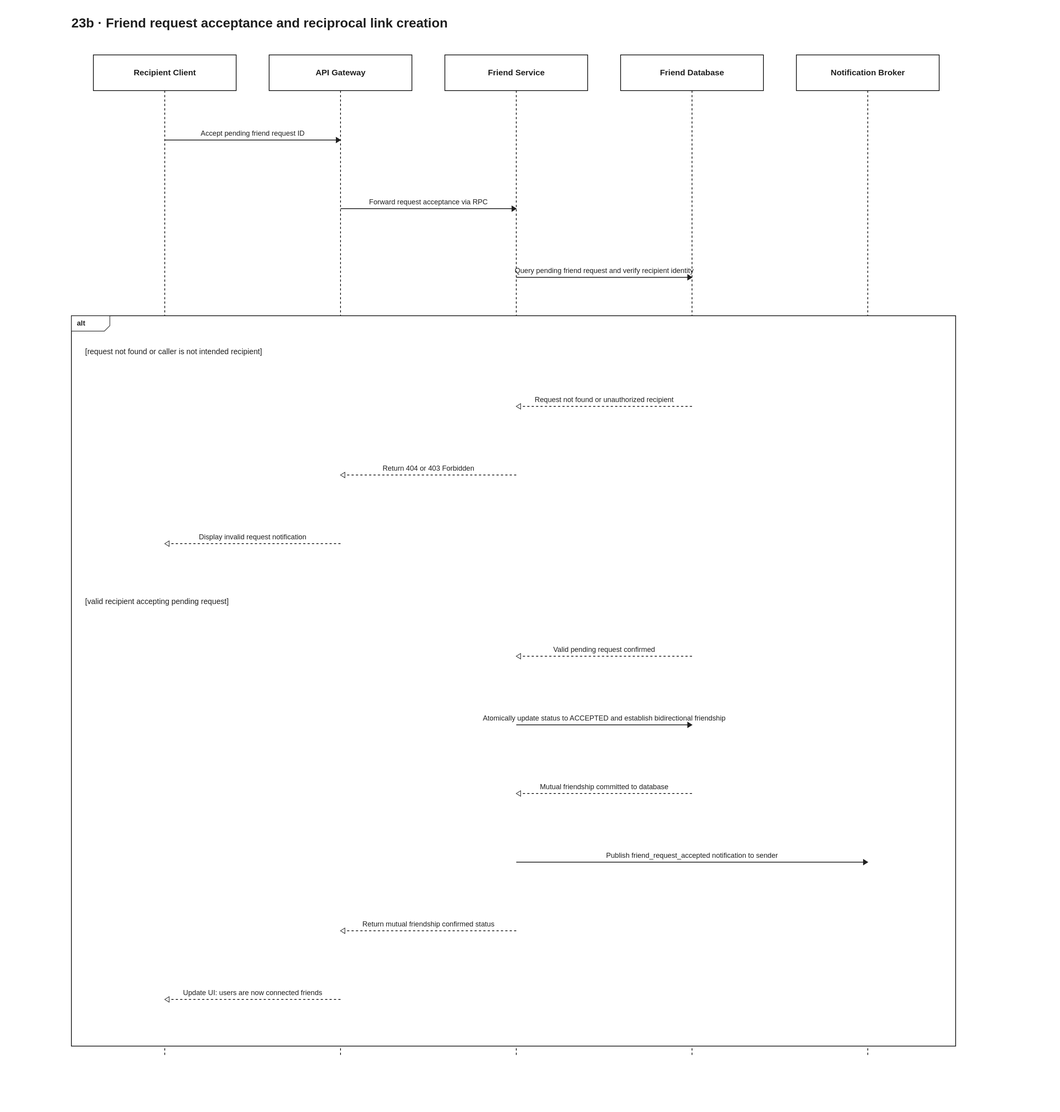
Earlier version of the draw.io export docs/diagrams/velora-current/importable-svg/23b-friend-accept-request.drawio.svg (HieuCuteDangYeu/velora-backend). Source tidied: cells renumbered, new cells last; positions are measured from the earlier drawing's top-left corner, leaving out a move shared by most shapes.
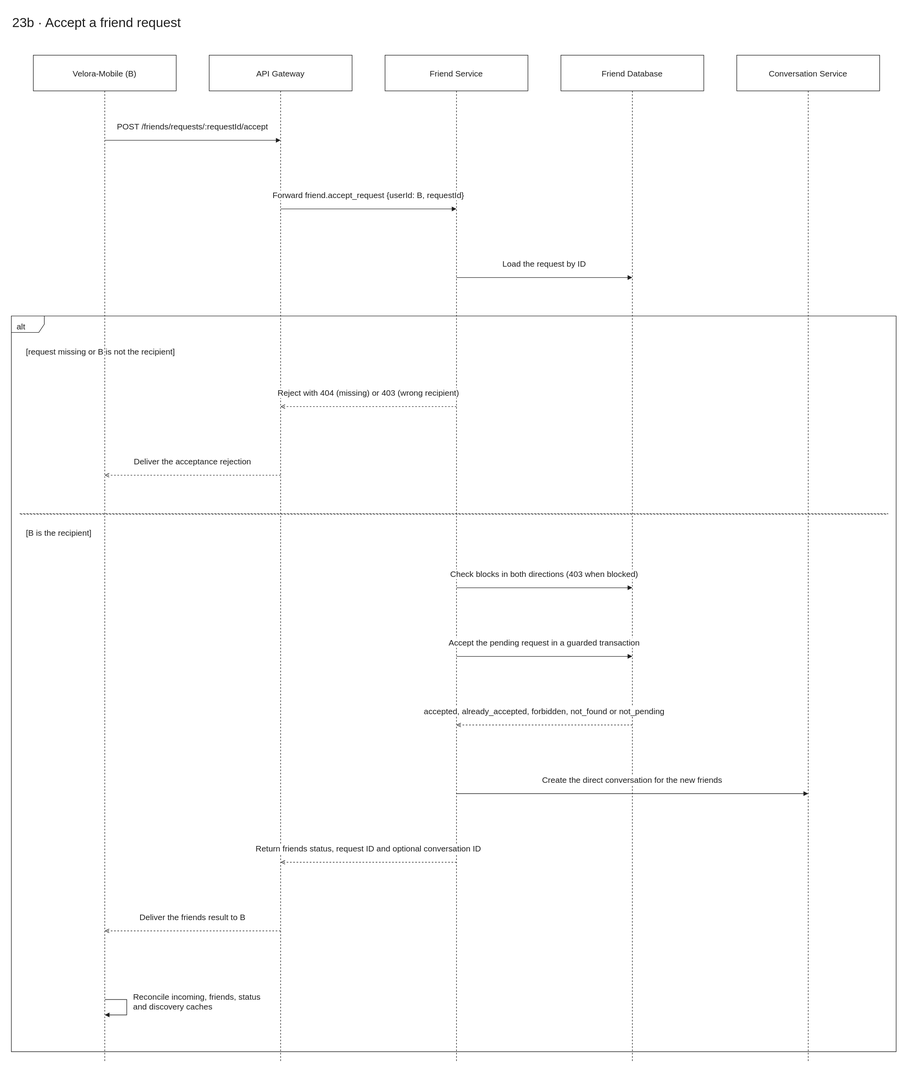
The same file after the commit.

What changed in the source:
```diff
@@ -5,37 +5,37 @@
     <mxCell id="2" style="html=1;fontFamily=Arial;fontSize=15;fontColor=light-dark(#202020,#eeeeee);strokeColor=light-dark(#202020,#eeeeee);dashed=1;endArrow=none;" parent="1" edge="1">
       <mxGeometry relative="1" as="geometry">
         <mxPoint x="1450" y="145" as="sourcePoint" />
-        <mxPoint x="1450" y="1905" as="targetPoint" />
+        <mxPoint x="1450" y="1915" as="targetPoint" />
       </mxGeometry>
     </mxCell>
     <mxCell id="3" style="html=1;fontFamily=Arial;fontSize=15;fontColor=light-dark(#202020,#eeeeee);strokeColor=light-dark(#202020,#eeeeee);dashed=1;endArrow=none;" parent="1" edge="1">
       <mxGeometry relative="1" as="geometry">
         <mxPoint x="1130" y="145" as="sourcePoint" />
-        <mxPoint x="1130" y="1905" as="targetPoint" />
+        <mxPoint x="1130" y="1915" as="targetPoint" />
       </mxGeometry>
     </mxCell>
     <mxCell id="4" style="html=1;fontFamily=Arial;fontSize=15;fontColor=light-dark(#202020,#eeeeee);strokeColor=light-dark(#202020,#eeeeee);dashed=1;endArrow=none;" parent="1" edge="1">
       <mxGeometry relative="1" as="geometry">
         <mxPoint x="810" y="145" as="sourcePoint" />
-        <mxPoint x="810" y="1905" as="targetPoint" />
+        <mxPoint x="810" y="1915" as="targetPoint" />
       </mxGeometry>
     </mxCell>
     <mxCell id="5" style="html=1;fontFamily=Arial;fontSize=15;fontColor=light-dark(#202020,#eeeeee);strokeColor=light-dark(#202020,#eeeeee);dashed=1;endArrow=none;" parent="1" edge="1">
       <mxGeometry relative="1" as="geometry">
         <mxPoint x="490" y="145" as="sourcePoint" />
-        <mxPoint x="490" y="1905" as="targetPoint" />
+        <mxPoint x="490" y="1915" as="targetPoint" />
       </mxGeometry>
     </mxCell>
     <mxCell id="6" style="html=1;fontFamily=Arial;fontSize=15;fontColor=light-dark(#202020,#eeeeee);strokeColor=light-dark(#202020,#eeeeee);dashed=1;endArrow=none;" parent="1" edge="1">
       <mxGeometry relative="1" as="geometry">
         <mxPoint x="170" y="145" as="sourcePoint" />
-        <mxPoint x="170" y="1905" as="targetPoint" />
+        <mxPoint x="170" y="1915" as="targetPoint" />
       </mxGeometry>
     </mxCell>
-    <mxCell id="7" value="23b · Friend request acceptance and reciprocal link creation" style="html=1;fontFamily=Arial;fontSize=15;fontColor=light-dark(#202020,#eeeeee);strokeColor=light-dark(#202020,#eeeeee);text;fontSize=24;align=left;strokeColor=none;fillColor=none;" parent="1" vertex="1">
+    <mxCell id="7" value="23b · Accept a friend request" style="html=1;fontFamily=Arial;fontSize=15;fontColor=light-dark(#202020,#eeeeee);strokeColor=light-dark(#202020,#eeeeee);text;fontSize=24;align=left;strokeColor=none;fillColor=none;" parent="1" vertex="1">
       <mxGeometry width="1610" height="50" as="geometry" />
     </mxCell>
-    <mxCell id="8" value="Recipient Client" style="html=1;fontFamily=Arial;fontSize=15;fontColor=light-dark(#202020,#eeeeee);strokeColor=light-dark(#202020,#eeeeee);rounded=0;fillColor=#ffffff;whiteSpace=wrap;align=center;verticalAlign=middle;" parent="1" vertex="1">
+    <mxCell id="8" value="Velora-Mobile (B)" style="html=1;fontFamily=Arial;fontSize=15;fontColor=light-dark(#202020,#eeeeee);strokeColor=light-dark(#202020,#eeeeee);rounded=0;fillColor=#ffffff;whiteSpace=wrap;align=center;verticalAlign=middle;" parent="1" vertex="1">
       <mxGeometry x="40" y="80" width="260" height="65" as="geometry" />
     </mxCell>
     <mxCell id="9" value="API Gateway" style="html=1;fontFamily=Arial;fontSize=15;fontColor=light-dark(#202020,#eeeeee);strokeColor=light-dark(#202020,#eeeeee);rounded=0;fillColor=#ffffff;whiteSpace=wrap;align=center;verticalAlign=middle;" parent="1" vertex="1">
@@ -47,24 +47,24 @@
     <mxCell id="11" value="Friend Database" style="html=1;fontFamily=Arial;fontSize=15;fontColor=light-dark(#202020,#eeeeee);strokeColor=light-dark(#202020,#eeeeee);rounded=0;fillColor=#ffffff;whiteSpace=wrap;align=center;verticalAlign=middle;" parent="1" vertex="1">
       <mxGeometry x="1000" y="80" width="260" height="65" as="geometry" />
     </mxCell>
-    <mxCell id="12" value="Notification Broker" style="html=1;fontFamily=Arial;fontSize=15;fontColor=light-dark(#202020,#eeeeee);strokeColor=light-dark(#202020,#eeeeee);rounded=0;fillColor=#ffffff;whiteSpace=wrap;align=center;verticalAlign=middle;" parent="1" vertex="1">
+    <mxCell id="12" value="Conversation Service" style="html=1;fontFamily=Arial;fontSize=15;fontColor=light-dark(#202020,#eeeeee);strokeColor=light-dark(#202020,#eeeeee);rounded=0;fillColor=#ffffff;whiteSpace=wrap;align=center;verticalAlign=middle;" parent="1" vertex="1">
       <mxGeometry x="1320" y="80" width="260" height="65" as="geometry" />
     </mxCell>
-    <mxCell id="13" value="Accept pending friend request ID" style="html=1;fontFamily=Arial;fontSize=15;fontColor=light-dark(#202020,#eeeeee);strokeColor=light-dark(#202020,#eeeeee);endArrow=block;endFill=1;labelBackgroundColor=#ffffff;labelWidth=550;whiteSpace=wrap;align=center;" parent="1" edge="1">
+    <mxCell id="13" value="POST /friends/requests/:requestId/accept" style="html=1;fontFamily=Arial;fontSize=15;fontColor=light-dark(#202020,#eeeeee);strokeColor=light-dark(#202020,#eeeeee);endArrow=block;endFill=1;labelBackgroundColor=#ffffff;labelWidth=550;whiteSpace=wrap;align=center;" parent="1" edge="1">
       <mxGeometry relative="1" as="geometry">
         <mxPoint x="170" y="235" as="sourcePoint" />
         <mxPoint x="490" y="235" as="targetPoint" />
         <mxPoint y="-25" as="offset" />
       </mxGeometry>
     </mxCell>
-    <mxCell id="14" value="Forward request acceptance via RPC" style="html=1;fontFamily=Arial;fontSize=15;fontColor=light-dark(#202020,#eeeeee);strokeColor=light-dark(#202020,#eeeeee);endArrow=block;endFill=1;labelBackgroundColor=#ffffff;labelWidth=550;whiteSpace=wrap;align=center;" parent="1" edge="1">
+    <mxCell id="14" value="Forward friend.accept_request {userId: B, requestId}" style="html=1;fontFamily=Arial;fontSize=15;fontColor=light-dark(#202020,#eeeeee);strokeColor=light-dark(#202020,#eeeeee);endArrow=block;endFill=1;labelBackgroundColor=#ffffff;labelWidth=550;whiteSpace=wrap;align=center;" parent="1" edge="1">
       <mxGeometry relative="1" as="geometry">
         <mxPoint x="490" y="360" as="sourcePoint" />
         <mxPoint x="810" y="360" as="targetPoint" />
         <mxPoint y="-25" as="offset" />
       </mxGeometry>
     </mxCell>
-    <mxCell id="15" value="Query pending friend request and verify recipient identity" style="html=1;fontFamily=Arial;fontSize=15;fontColor=light-dark(#202020,#eeeeee);strokeColor=light-dark(#202020,#eeeeee);endArrow=block;endFill=1;labelBackgroundColor=#ffffff;labelWidth=550;whiteSpace=wrap;align=center;" parent="1" edge="1">
+    <mxCell id="15" value="Load the request by ID" style="html=1;fontFamily=Arial;fontSize=15;fontColor=light-dark(#202020,#eeeeee);strokeColor=light-dark(#202020,#eeeeee);endArrow=block;endFill=1;labelBackgroundColor=#ffffff;labelWidth=550;whiteSpace=wrap;align=center;" parent="1" edge="1">
       <mxGeometry relative="1" as="geometry">
         <mxPoint x="810" y="485" as="sourcePoint" />
         <mxPoint x="1130" y="485" as="targetPoint" />
@@ -72,78 +72,82 @@
       </mxGeometry>
     </mxCell>
     <mxCell id="16" value="alt" style="html=1;fontFamily=Arial;fontSize=15;fontColor=light-dark(#202020,#eeeeee);strokeColor=light-dark(#202020,#eeeeee);shape=umlFrame;fillColor=none;align=left;verticalAlign=top;spacingLeft=8;spacingTop=4;" parent="1" vertex="1">
-      <mxGeometry y="555" width="1610" height="1330" as="geometry" />
+      <mxGeometry y="555" width="1610" height="1340" as="geometry" />
     </mxCell>
-    <mxCell id="17" value="[request not found or caller is not intended recipient]" style="html=1;fontFamily=Arial;fontSize=15;fontColor=light-dark(#202020,#eeeeee);strokeColor=light-dark(#202020,#eeeeee);text;whiteSpace=wrap;align=left;strokeColor=none;fillColor=none;" parent="1" vertex="1">
+    <mxCell id="17" value="[request missing or B is not the recipient]" style="html=1;fontFamily=Arial;fontSize=15;fontColor=light-dark(#202020,#eeeeee);strokeColor=light-dark(#202020,#eeeeee);text;whiteSpace=wrap;align=left;strokeColor=none;fillColor=none;" parent="1" vertex="1">
       <mxGeometry x="25" y="605" width="1550" height="45" as="geometry" />
     </mxCell>
-    <mxCell id="18" value="Request not found or unauthorized recipient" style="html=1;fontFamily=Arial;fontSize=15;fontColor=light-dark(#202020,#eeeeee);strokeColor=light-dark(#202020,#eeeeee);endArrow=open;dashed=1;labelBackgroundColor=#ffffff;labelWidth=550;whiteSpace=wrap;align=center;" parent="1" edge="1">
+    <mxCell id="18" value="Reject with 404 (missing) or 403 (wrong recipient)" style="html=1;fontFamily=Arial;fontSize=15;fontColor=light-dark(#202020,#eeeeee);strokeColor=light-dark(#202020,#eeeeee);endArrow=open;dashed=1;labelBackgroundColor=#ffffff;labelWidth=550;whiteSpace=wrap;align=center;" parent="1" edge="1">
       <mxGeometry relative="1" as="geometry">
-        <mxPoint x="1130" y="720" as="sourcePoint" />
-        <mxPoint x="810" y="720" as="targetPoint" />
+        <mxPoint x="810" y="720" as="sourcePoint" />
+        <mxPoint x="490" y="720" as="targetPoint" />
         <mxPoint y="-25" as="offset" />
       </mxGeometry>
     </mxCell>
-    <mxCell id="19" value="Return 404 or 403 Forbidden" style="html=1;fontFamily=Arial;fontSize=15;fontColor=light-dark(#202020,#eeeeee);strokeColor=light-dark(#202020,#eeeeee);endArrow=open;dashed=1;labelBackgroundColor=#ffffff;labelWidth=550;whiteSpace=wrap;align=center;" parent="1" edge="1">
+    <mxCell id="19" value="Deliver the acceptance rejection" style="html=1;fontFamily=Arial;fontSize=15;fontColor=light-dark(#202020,#eeeeee);strokeColor=light-dark(#202020,#eeeeee);endArrow=open;dashed=1;labelBackgroundColor=#ffffff;labelWidth=550;whiteSpace=wrap;align=center;" parent="1" edge="1">
       <mxGeometry relative="1" as="geometry">
-        <mxPoint x="810" y="845" as="sourcePoint" />
-        <mxPoint x="490" y="845" as="targetPoint" />
+        <mxPoint x="490" y="845" as="sourcePoint" />
+        <mxPoint x="170" y="845" as="targetPoint" />
         <mxPoint y="-25" as="offset" />
       </mxGeometry>
     </mxCell>
-    <mxCell id="20" value="Display invalid request notification" style="html=1;fontFamily=Arial;fontSize=15;fontColor=light-dark(#202020,#eeeeee);strokeColor=light-dark(#202020,#eeeeee);endArrow=open;dashed=1;labelBackgroundColor=#ffffff;labelWidth=550;whiteSpace=wrap;align=center;" parent="1" edge="1">
-      <mxGeometry relative="1" as="geometry">
-        <mxPoint x="490" y="970" as="sourcePoint" />
-        <mxPoint x="170" y="970" as="targetPoint" />
-        <mxPoint y="-25" as="offset" />
-      </mxGeometry>
+    <mxCell id="20" style="html=1;fontFamily=Arial;fontSize=15;fontColor=light-dark(#202020,#eeeeee);strokeColor=light-dark(#202020,#eeeeee);fillColor=none;dashed=1;" parent="1" vertex="1">
+      <mxGeometry x="15" y="915" width="1580" height="1" as="geometry" />
     </mxCell>
-    <mxCell id="21" style="html=1;fontFamily=Arial;fontSize=15;fontColor=light-dark(#202020,#eeeeee);strokeColor=light-dark(#202020,#eeeeee);fillColor=none;dashed=1;" parent="1" vertex="1">
-      <mxGeometry x="15" y="1040" width="1580" height="1" as="geometry" />
+    <mxCell id="21" value="[B is the recipient]" style="html=1;fontFamily=Arial;fontSize=15;fontColor=light-dark(#202020,#eeeeee);strokeColor=light-dark(#202020,#eeeeee);text;whiteSpace=wrap;align=left;strokeColor=none;fillColor=none;" parent="1" vertex="1">
+      <mxGeometry x="25" y="935" width="1550" height="45" as="geometry" />
     </mxCell>
-    <mxCell id="22" value="[valid recipient accepting pending request]" style="html=1;fontFamily=Arial;fontSize=15;fontColor=light-dark(#202020,#eeeeee);strokeColor=light-dark(#202020,#eeeeee);text;whiteSpace=wrap;align=left;strokeColor=none;fillColor=none;" parent="1" vertex="1">
-      <mxGeometry x="25" y="1060" width="1550" height="45" as="geometry" />
+    <mxCell id="22" value="Check blocks in both directions (403 when blocked)" style="html=1;fontFamily=Arial;fontSize=15;fontColor=light-dark(#202020,#eeeeee);strokeColor=light-dark(#202020,#eeeeee);endArrow=block;endFill=1;labelBackgroundColor=#ffffff;labelWidth=550;whiteSpace=wrap;align=center;" parent="1" edge="1">
+      <mxGeometry relative="1" as="geometry">
+        <mxPoint x="810" y="1050" as="sourcePoint" />
+        <mxPoint x="1130" y="1050" as="targetPoint" />
+        <mxPoint y="-25" as="offset" />
+      </mxGeometry>
     </mxCell>
-    <mxCell id="23" value="Valid pending request confirmed" style="html=1;fontFamily=Arial;fontSize=15;fontColor=light-dark(#202020,#eeeeee);strokeColor=light-dark(#202020,#eeeeee);endArrow=open;dashed=1;labelBackgroundColor=#ffffff;labelWidth=550;whiteSpace=wrap;align=center;" parent="1" edge="1">
+    <mxCell id="23" value="Accept the pending request in a guarded transaction" style="html=1;fontFamily=Arial;fontSize=15;fontColor=light-dark(#202020,#eeeeee);strokeColor=light-dark(#202020,#eeeeee);endArrow=block;endFill=1;labelBackgroundColor=#ffffff;labelWidth=550;whiteSpace=wrap;align=center;" parent="1" edge="1">
       <mxGeometry relative="1" as="geometry">
-        <mxPoint x="1130" y="1175" as="sourcePoint" />
-        <mxPoint x="810" y="1175" as="targetPoint" />
+        <mxPoint x="810" y="1175" as="sourcePoint" />
+        <mxPoint x="1130" y="1175" as="targetPoint" />
         <mxPoint y="-25" as="offset" />
       </mxGeometry>
     </mxCell>
-    <mxCell id="24" value="Atomically update status to ACCEPTED and establish bidirectional friendship" style="html=1;fontFamily=Arial;fontSize=15;fontColor=light-dark(#202020,#eeeeee);strokeColor=light-dark(#202020,#eeeeee);endArrow=block;endFill=1;labelBackgroundColor=#ffffff;labelWidth=550;whiteSpace=wrap;align=center;" parent="1" edge="1">
+    <mxCell id="24" value="accepted, already_accepted, forbidden, not_found or not_pending" style="html=1;fontFamily=Arial;fontSize=15;fontColor=light-dark(#202020,#eeeeee);strokeColor=light-dark(#202020,#eeeeee);endArrow=open;dashed=1;labelBackgroundColor=#ffffff;labelWidth=550;whiteSpace=wrap;align=center;" parent="1" edge="1">
       <mxGeometry relative="1" as="geometry">
-        <mxPoint x="810" y="1300" as="sourcePoint" />
-        <mxPoint x="1130" y="1300" as="targetPoint" />
+        <mxPoint x="1130" y="1300" as="sourcePoint" />
+        <mxPoint x="810" y="1300" as="targetPoint" />
         <mxPoint y="-25" as="offset" />
       </mxGeometry>
     </mxCell>
-    <mxCell id="25" value="Mutual friendship committed to database" style="html=1;fontFamily=Arial;fontSize=15;fontColor=light-dark(#202020,#eeeeee);strokeColor=light-dark(#202020,#eeeeee);endArrow=open;dashed=1;labelBackgroundColor=#ffffff;labelWidth=550;whiteSpace=wrap;align=center;" parent="1" edge="1">
+    <mxCell id="25" value="Create the direct conversation for the new friends" style="html=1;fontFamily=Arial;fontSize=15;fontColor=light-dark(#202020,#eeeeee);strokeColor=light-dark(#202020,#eeeeee);endArrow=block;endFill=1;labelBackgroundColor=#ffffff;labelWidth=550;whiteSpace=wrap;align=center;" parent="1" edge="1">
       <mxGeometry relative="1" as="geometry">
-        <mxPoint x="1130" y="1425" as="sourcePoint" />
-        <mxPoint x="810" y="1425" as="targetPoint" />
+        <mxPoint x="810" y="1425" as="sourcePoint" />
+        <mxPoint x="1450" y="1425" as="targetPoint" />
         <mxPoint y="-25" as="offset" />
       </mxGeometry>
     </mxCell>
-    <mxCell id="26" value="Publish friend_request_accepted notification to sender" style="html=1;fontFamily=Arial;fontSize=15;fontColor=light-dark(#202020,#eeeeee);strokeColor=light-dark(#202020,#eeeeee);endArrow=block;endFill=1;labelBackgroundColor=#ffffff;labelWidth=550;whiteSpace=wrap;align=center;" parent="1" edge="1">
+    <mxCell id="26" value="Return friends status, request ID and optional conversation ID" style="html=1;fontFamily=Arial;fontSize=15;fontColor=light-dark(#202020,#eeeeee);strokeColor=light-dark(#202020,#eeeeee);endArrow=open;dashed=1;labelBackgroundColor=#ffffff;labelWidth=550;whiteSpace=wrap;align=center;" parent="1" edge="1">
       <mxGeometry relative="1" as="geometry">
         <mxPoint x="810" y="1550" as="sourcePoint" />
-        <mxPoint x="1450" y="1550" as="targetPoint" />
+        <mxPoint x="490" y="1550" as="targetPoint" />
         <mxPoint y="-25" as="offset" />
       </mxGeometry>
     </mxCell>
-    <mxCell id="27" value="Return mutual friendship confirmed status" style="html=1;fontFamily=Arial;fontSize=15;fontColor=light-dark(#202020,#eeeeee);strokeColor=light-dark(#202020,#eeeeee);endArrow=open;dashed=1;labelBackgroundColor=#ffffff;labelWidth=550;whiteSpace=wrap;align=center;" parent="1" edge="1">
+    <mxCell id="27" value="Deliver the friends result to B" style="html=1;fontFamily=Arial;fontSize=15;fontColor=light-dark(#202020,#eeeeee);strokeColor=light-dark(#202020,#eeeeee);endArrow=open;dashed=1;labelBackgroundColor=#ffffff;labelWidth=550;whiteSpace=wrap;align=center;" parent="1" edge="1">
       <mxGeometry relative="1" as="geometry">
-        <mxPoint x="810" y="1675" as="sourcePoint" />
-        <mxPoint x="490" y="1675" as="targetPoint" />
+        <mxPoint x="490" y="1675" as="sourcePoint" />
+        <mxPoint x="170" y="1675" as="targetPoint" />
         <mxPoint y="-25" as="offset" />
       </mxGeometry>
     </mxCell>
-    <mxCell id="28" value="Update UI: users are now connected friends" style="html=1;fontFamily=Arial;fontSize=15;fontColor=light-dark(#202020,#eeeeee);strokeColor=light-dark(#202020,#eeeeee);endArrow=open;dashed=1;labelBackgroundColor=#ffffff;labelWidth=550;whiteSpace=wrap;align=center;" parent="1" edge="1">
+    <mxCell id="28" value="Reconcile incoming, friends, status and discovery caches" style="html=1;fontFamily=Arial;fontSize=15;fontColor=light-dark(#202020,#eeeeee);strokeColor=light-dark(#202020,#eeeeee);endArrow=block;endFill=1;edgeStyle=orthogonalEdgeStyle;curved=0;rounded=0;orthogonalLoop=1;jettySize=auto;labelBackgroundColor=#ffffff;labelWidth=240;whiteSpace=wrap;align=left;" parent="1" edge="1">
       <mxGeometry relative="1" as="geometry">
-        <mxPoint x="490" y="1800" as="sourcePoint" />
-        <mxPoint x="170" y="1800" as="targetPoint" />
-        <mxPoint y="-25" as="offset" />
+        <mxPoint x="170" y="1800" as="sourcePoint" />
+        <mxPoint x="170" y="1828" as="targetPoint" />
+        <Array as="points">
+          <mxPoint x="210" y="1800" />
+          <mxPoint x="210" y="1828" />
+        </Array>
+        <mxPoint x="10" y="-10" as="offset" />
       </mxGeometry>
     </mxCell>
   </root>
```
